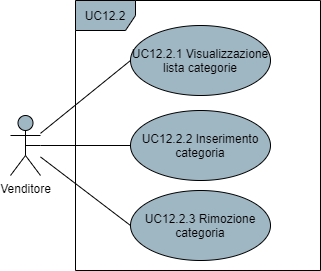
Before: DocumentazioneEsterna/AnalisiDeiRequisiti/res/UseCase/Immagini/GestioneCategorie.png, a diagram exported from draw.io (Omicron-Team/Documentazione). Source tidied: cells renumbered, new cells last; positions are measured from the earlier drawing's top-left corner, leaving out a move shared by most shapes.
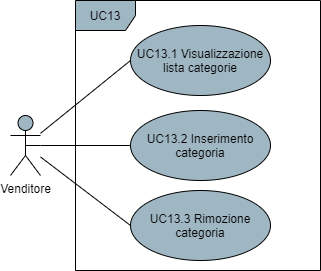
After the commit.

Change to the diagram source:
```diff
@@ -14,16 +14,16 @@
     <mxCell id="5" value="Venditore" style="shape=umlActor;verticalLabelPosition=bottom;verticalAlign=top;html=1;fillColor=#9FB6C3;" parent="1" vertex="1">
       <mxGeometry y="115" width="30" height="60" as="geometry" />
     </mxCell>
-    <mxCell id="6" value="UC12.2" style="shape=umlFrame;whiteSpace=wrap;html=1;fillColor=#9FB6C3;" parent="1" vertex="1">
+    <mxCell id="6" value="UC13" style="shape=umlFrame;whiteSpace=wrap;html=1;fillColor=#9FB6C3;" parent="1" vertex="1">
       <mxGeometry x="65" width="245" height="270" as="geometry" />
     </mxCell>
-    <mxCell id="7" value="UC12.2.1 Visualizzazione lista categorie" style="ellipse;whiteSpace=wrap;html=1;fillColor=#9FB6C3;" parent="1" vertex="1">
+    <mxCell id="7" value="UC13.1 Visualizzazione lista categorie" style="ellipse;whiteSpace=wrap;html=1;fillColor=#9FB6C3;" parent="1" vertex="1">
       <mxGeometry x="120" y="25" width="140" height="70" as="geometry" />
     </mxCell>
-    <mxCell id="8" value="UC12.2.2 Inserimento categoria" style="ellipse;whiteSpace=wrap;html=1;fillColor=#9FB6C3;" parent="1" vertex="1">
+    <mxCell id="8" value="UC13.2 Inserimento categoria" style="ellipse;whiteSpace=wrap;html=1;fillColor=#9FB6C3;" parent="1" vertex="1">
       <mxGeometry x="120" y="110" width="140" height="70" as="geometry" />
     </mxCell>
-    <mxCell id="9" value="UC12.2.3 Rimozione categoria" style="ellipse;whiteSpace=wrap;html=1;fillColor=#9FB6C3;" parent="1" vertex="1">
+    <mxCell id="9" value="UC13.3 Rimozione categoria" style="ellipse;whiteSpace=wrap;html=1;fillColor=#9FB6C3;" parent="1" vertex="1">
       <mxGeometry x="120" y="190" width="140" height="70" as="geometry" />
     </mxCell>
     <mxCell id="10" style="edgeStyle=none;rounded=0;orthogonalLoop=1;jettySize=auto;html=1;exitX=0.5;exitY=0.5;exitDx=0;exitDy=0;exitPerimeter=0;startArrow=none;startFill=0;endArrow=none;endFill=0;" parent="1" edge="1" source="5" target="5">
```
